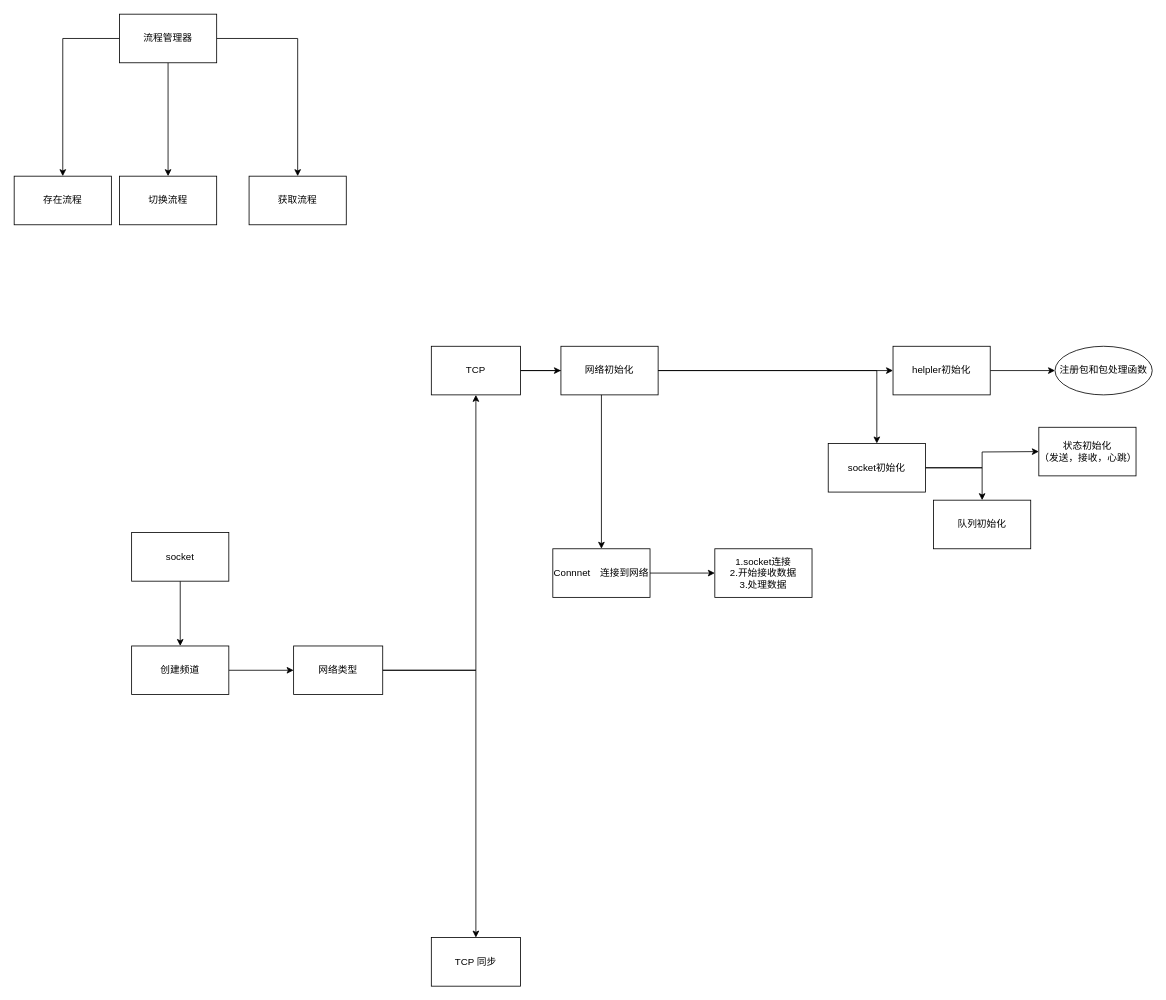
Above: GameFramework/Untitled Diagram.drawio in xzp3094997376/DrawIO (draw.io), before the change. Source tidied: cells renumbered, new cells numbered last; positions are measured from the earlier drawing's top-left corner, leaving out a move shared by most shapes. Both pictures are drawn from the tidied source at 81%, with x=0, y=0 at pixel (14, 14).
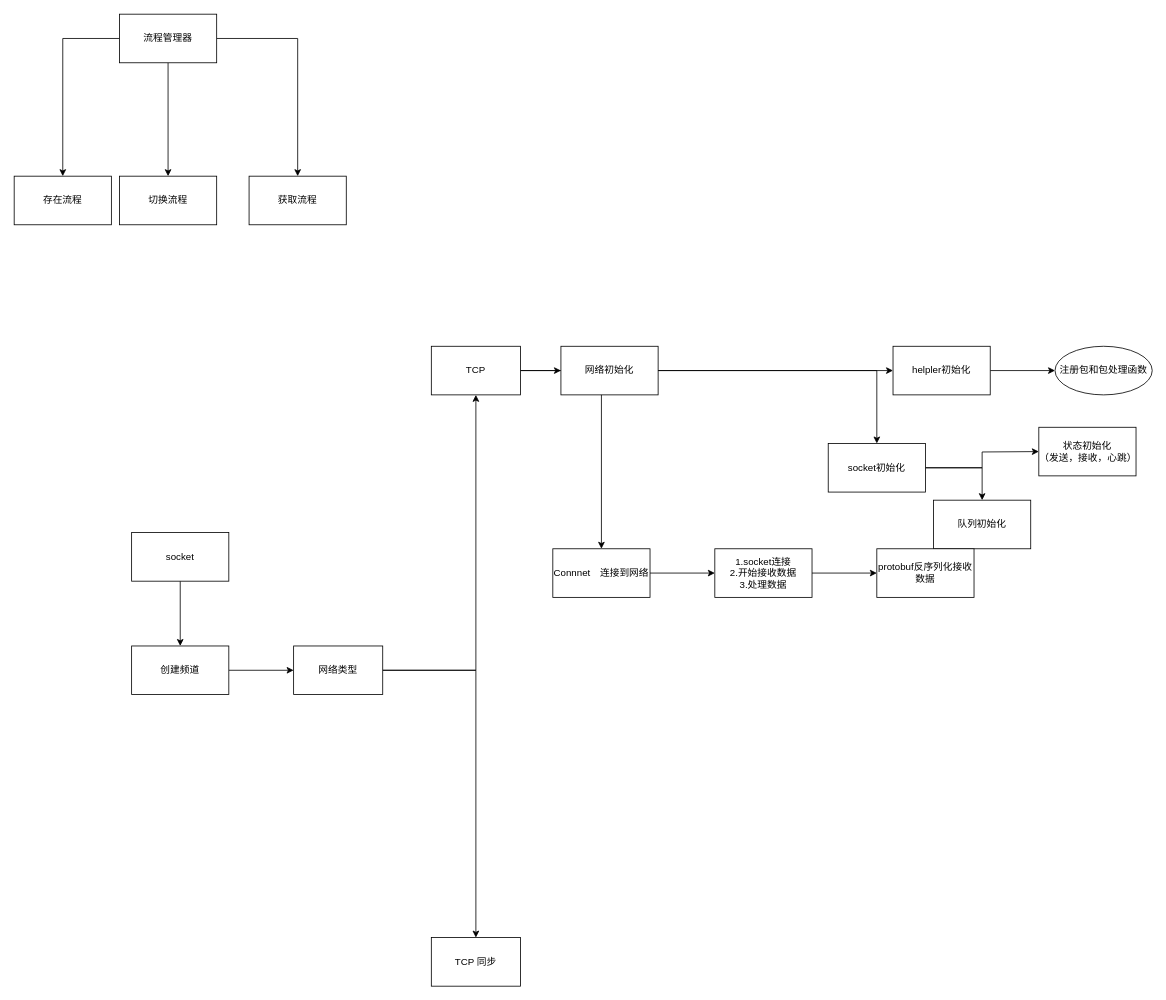
The same page after the edit.

Unchanged cells that the change refers to:
```xml
<mxCell id="33" value="1.socket连接&lt;br&gt;2.开始接收数据&lt;br&gt;3.处理数据" style="whiteSpace=wrap;html=1;" parent="1" vertex="1">
  <mxGeometry x="865" y="660" width="120" height="60" as="geometry" />
</mxCell>
```

Diff of the diagram source:
```diff
@@
+    <mxCell id="34" style="edgeStyle=orthogonalEdgeStyle;rounded=0;jettySize=auto;html=1;" parent="1" edge="1" source="33" target="35">
+      <mxGeometry relative="1" as="geometry" />
+    </mxCell>
@@
+    <mxCell id="35" value="protobuf反序列化接收数据" style="whiteSpace=wrap;html=1;" parent="1" vertex="1">
+      <mxGeometry x="1065" y="660" width="120" height="60" as="geometry" />
+    </mxCell>
```
